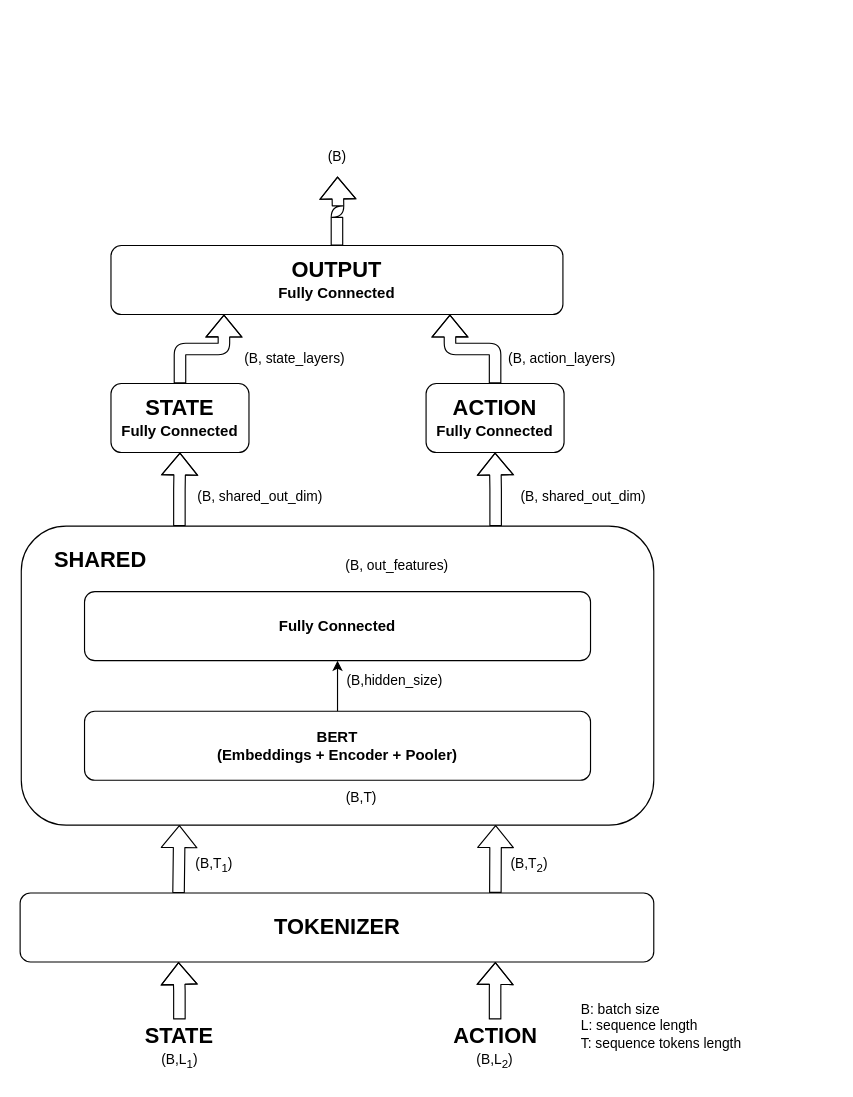
vibalcam/text-games keeps this draw.io diagram as diagrams/bert_fnn.drawio. Above is the earlier version. Source tidied: cells renumbered, new cells numbered last; positions are measured from the earlier drawing's top-left corner, leaving out a move shared by most shapes. Both pictures are drawn from the tidied source at 115%, with x=0, y=0 at pixel (20, 139).
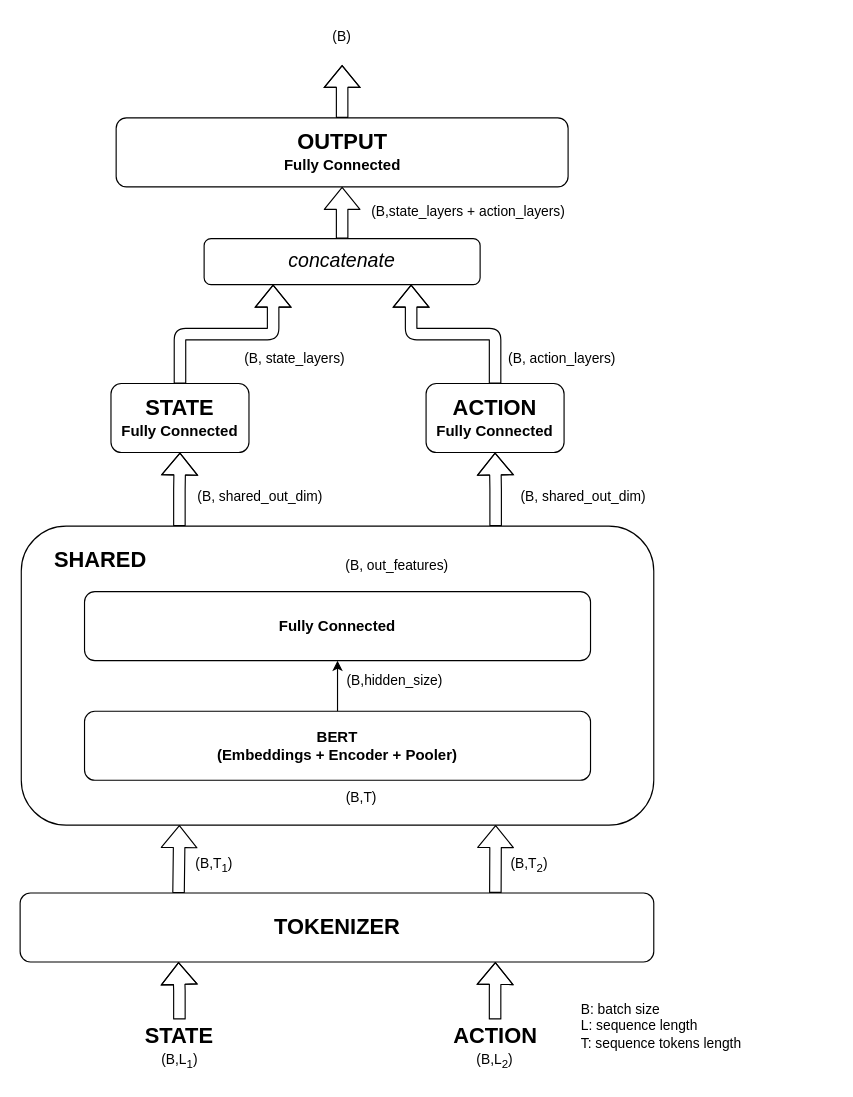
The same diagram, later.

The change refers to these unchanged cells:
```xml
<mxCell id="18" value="&lt;b&gt;&lt;font style=&quot;font-size: 19px&quot;&gt;STATE&lt;/font&gt;&lt;br&gt;Fully Connected&lt;br&gt;&lt;/b&gt;" style="rounded=1;whiteSpace=wrap;html=1;fontSize=13;" parent="1" vertex="1">
  <mxGeometry x="79" y="212" width="120" height="60" as="geometry" />
</mxCell>
<mxCell id="22" value="&lt;b&gt;&lt;font style=&quot;font-size: 19px&quot;&gt;ACTION&lt;/font&gt;&lt;br&gt;Fully Connected&lt;br&gt;&lt;/b&gt;" style="rounded=1;whiteSpace=wrap;html=1;fontSize=13;" parent="1" vertex="1">
  <mxGeometry x="353" y="212" width="120" height="60" as="geometry" />
</mxCell>
```

Change to the diagram source:
```diff
@@
-    <mxCell id="17" style="edgeStyle=orthogonalEdgeStyle;shape=flexArrow;rounded=1;jettySize=auto;html=1;exitX=0.5;exitY=0;exitDx=0;exitDy=0;entryX=0.25;entryY=1;entryDx=0;entryDy=0;fontSize=13;" parent="1" edge="1" source="18" target="20">
+    <mxCell id="17" style="edgeStyle=orthogonalEdgeStyle;shape=flexArrow;rounded=1;jettySize=auto;html=1;exitX=0.5;exitY=0;exitDx=0;exitDy=0;fontSize=13;entryX=0.25;entryY=1;entryDx=0;entryDy=0;" parent="1" edge="1" source="18" target="36">
       <mxGeometry relative="1" as="geometry" />
     </mxCell>
@@
-    <mxCell id="19" style="edgeStyle=orthogonalEdgeStyle;shape=flexArrow;rounded=1;jettySize=auto;html=1;exitX=0.5;exitY=0;exitDx=0;exitDy=0;fontSize=13;" parent="1" edge="1" source="20">
+    <mxCell id="19" style="edgeStyle=orthogonalEdgeStyle;shape=flexArrow;rounded=1;jettySize=auto;html=1;fontSize=13;exitX=0.5;exitY=0;exitDx=0;exitDy=0;" parent="1" edge="1" source="20">
       <mxGeometry relative="1" as="geometry">
-        <mxPoint x="276" y="32" as="targetPoint" />
+        <mxPoint x="280" y="-65" as="targetPoint" />
       </mxGeometry>
     </mxCell>
     <mxCell id="20" value="&lt;b&gt;&lt;font style=&quot;font-size: 19px&quot;&gt;OUTPUT&lt;/font&gt;&lt;br&gt;Fully Connected&lt;/b&gt;" style="rounded=1;whiteSpace=wrap;html=1;fontSize=13;" parent="1" vertex="1">
-      <mxGeometry x="79" y="92" width="393" height="60" as="geometry" />
+      <mxGeometry x="83.5" y="-19" width="393" height="60" as="geometry" />
     </mxCell>
-    <mxCell id="21" style="edgeStyle=orthogonalEdgeStyle;shape=flexArrow;rounded=1;jettySize=auto;html=1;exitX=0.5;exitY=0;exitDx=0;exitDy=0;entryX=0.75;entryY=1;entryDx=0;entryDy=0;fontSize=13;" parent="1" edge="1" source="22" target="20">
+    <mxCell id="21" style="edgeStyle=orthogonalEdgeStyle;shape=flexArrow;rounded=1;jettySize=auto;html=1;exitX=0.5;exitY=0;exitDx=0;exitDy=0;fontSize=13;entryX=0.75;entryY=1;entryDx=0;entryDy=0;" parent="1" edge="1" source="22" target="36">
       <mxGeometry relative="1" as="geometry" />
     </mxCell>
@@
     <mxCell id="35" value="(B)" style="text;html=1;strokeColor=none;fillColor=none;align=center;verticalAlign=middle;whiteSpace=wrap;rounded=1;" parent="1" vertex="1">
-      <mxGeometry x="205.5" width="140" height="30" as="geometry" />
+      <mxGeometry x="210" y="-104" width="140" height="30" as="geometry" />
     </mxCell>
+    <mxCell id="36" value="&lt;i&gt;&lt;font style=&quot;font-size: 17px&quot;&gt;concatenate&lt;/font&gt;&lt;/i&gt;" style="rounded=1;whiteSpace=wrap;html=1;fontSize=13;" parent="1" vertex="1">
+      <mxGeometry x="160" y="86" width="240" height="40" as="geometry" />
+    </mxCell>
+    <mxCell id="37" style="edgeStyle=orthogonalEdgeStyle;shape=flexArrow;rounded=1;jettySize=auto;html=1;fontSize=13;exitX=0.5;exitY=0;exitDx=0;exitDy=0;entryX=0.5;entryY=1;entryDx=0;entryDy=0;" parent="1" edge="1" source="36" target="20">
+      <mxGeometry relative="1" as="geometry" />
+    </mxCell>
+    <mxCell id="38" value="(B,state_layers +&amp;nbsp;action_layers)" style="text;html=1;strokeColor=none;fillColor=none;align=center;verticalAlign=middle;whiteSpace=wrap;rounded=1;" parent="1" vertex="1">
+      <mxGeometry x="290" y="48" width="200" height="30" as="geometry" />
+    </mxCell>
```
